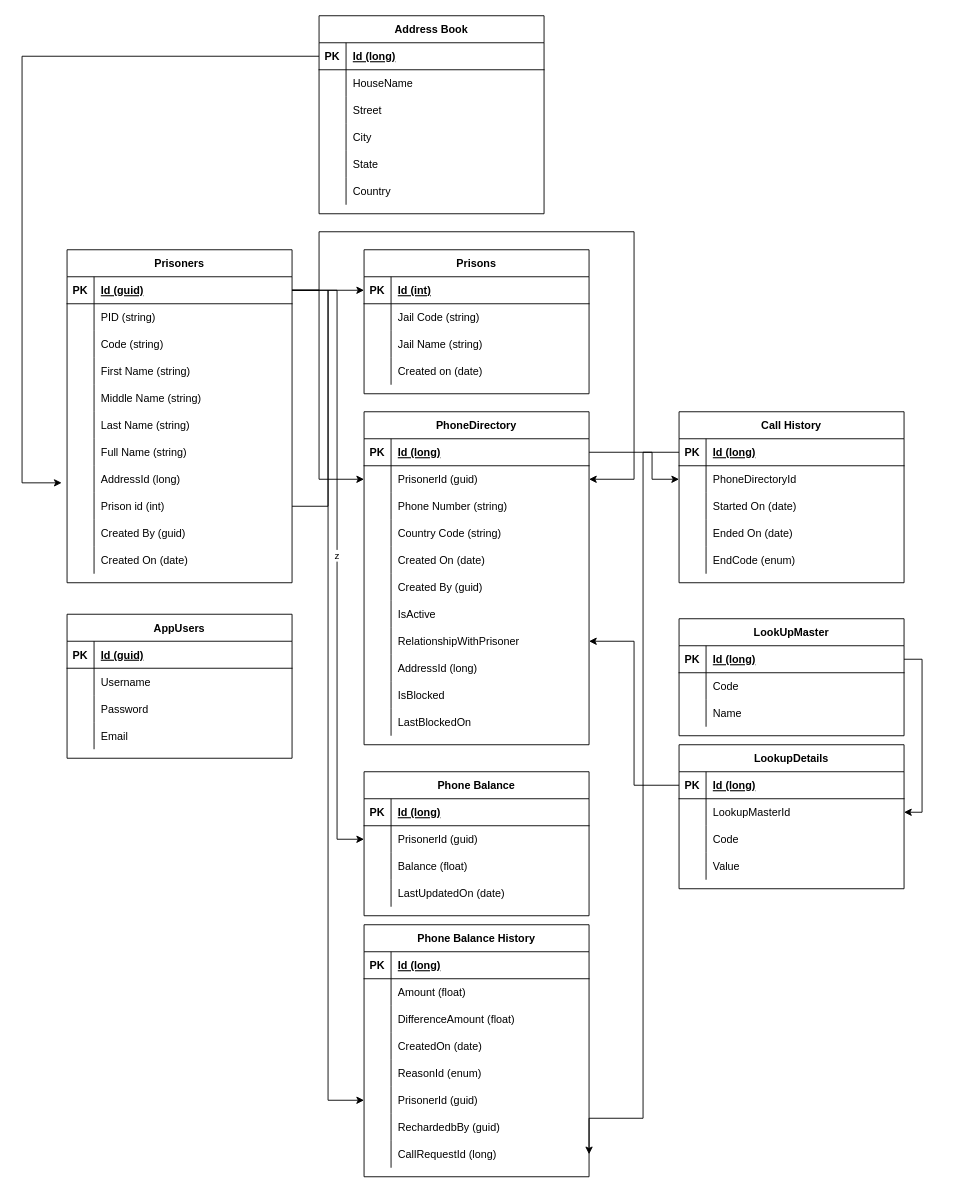
Earlier version of the draw.io diagram ER Diagram.drawio (nakulLukan/JailTalk). Source tidied: cells renumbered, new cells numbered last; positions are measured from the earlier drawing's top-left corner, leaving out a move shared by most shapes. Both pictures are drawn from the tidied source at 90%, with x=0, y=0 at pixel (22, 15).
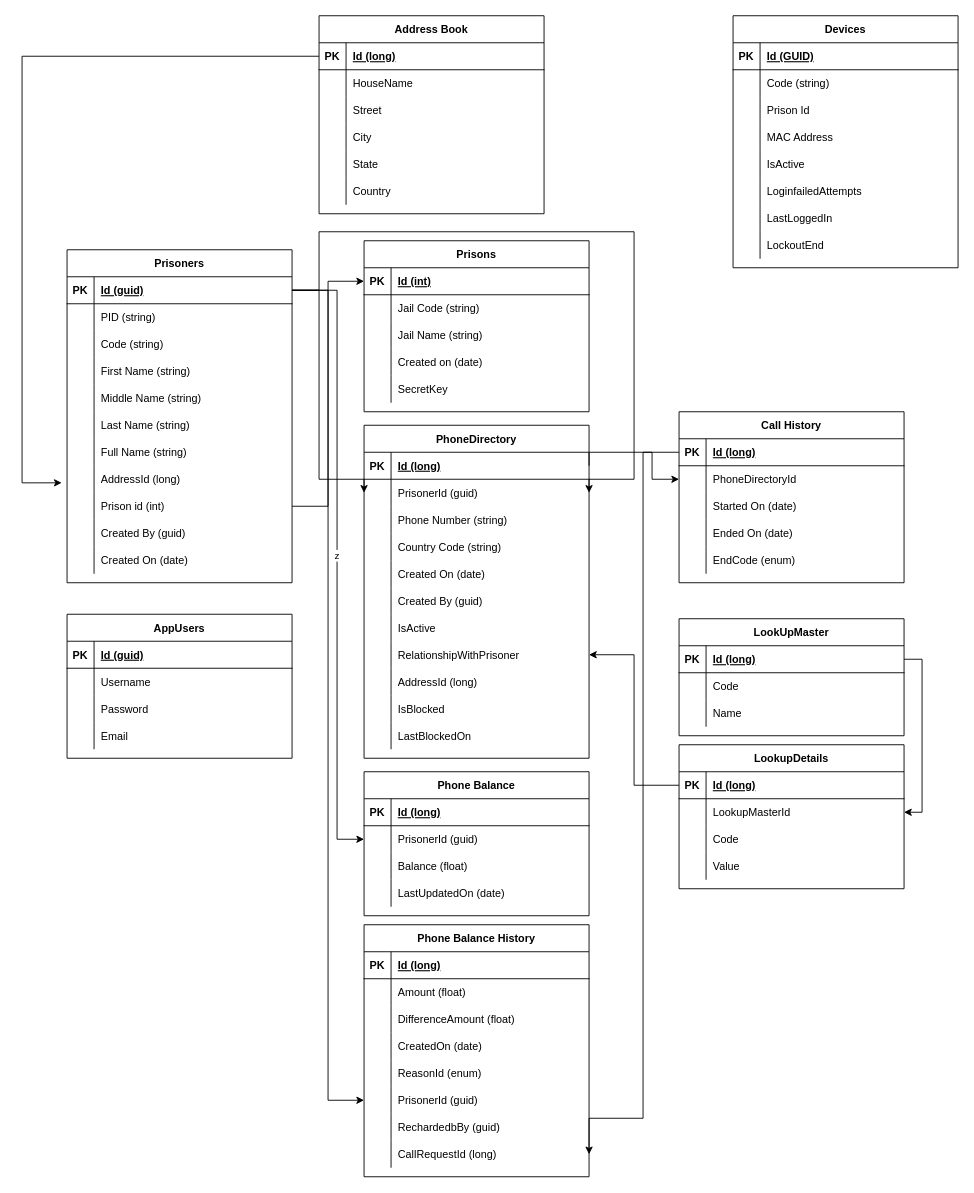
After the change.

The edit, as a diff of the source:
```diff
@@
     <mxCell id="2" value="Prisons" style="shape=table;startSize=30;childLayout=tableLayout;rowLines=0;fontStyle=1;align=center;" parent="1" vertex="1">
-      <mxGeometry x="380" y="260" width="250" height="160" as="geometry" />
+      <mxGeometry x="380" y="250" width="250" height="190" as="geometry" />
     </mxCell>
@@
+    <mxCell id="202" style="shape=partialRectangle;fillColor=none;top=0;left=0;right=0;bottom=0;" parent="2" vertex="1">
+      <mxGeometry y="150" width="250" height="30" as="geometry" />
+    </mxCell>
+    <mxCell id="203" style="shape=partialRectangle;overflow=hidden;fillColor=none;top=0;left=0;bottom=0;right=0;" parent="202" vertex="1">
+      <mxGeometry width="30" height="30" as="geometry" />
+    </mxCell>
+    <mxCell id="204" value="SecretKey" style="shape=partialRectangle;overflow=hidden;fillColor=none;top=0;left=0;bottom=0;right=0;align=left;spacingLeft=6;" parent="202" vertex="1">
+      <mxGeometry x="30" width="220" height="30" as="geometry" />
+    </mxCell>
@@
     <mxCell id="50" value="PhoneDirectory" style="shape=table;startSize=30;childLayout=tableLayout;rowLines=0;fontStyle=1;align=center;" parent="1" vertex="1">
-      <mxGeometry x="380" y="440" width="250" height="370" as="geometry" />
+      <mxGeometry x="380" y="455" width="250" height="370" as="geometry" />
     </mxCell>
@@
+    <mxCell id="205" value="Devices" style="shape=table;startSize=30;childLayout=tableLayout;rowLines=0;fontStyle=1;align=center;" parent="1" vertex="1">
+      <mxGeometry x="790" width="250" height="280" as="geometry" />
+    </mxCell>
+    <mxCell id="206" style="shape=partialRectangle;fillColor=none;top=0;left=0;right=0;bottom=1;" parent="205" vertex="1">
+      <mxGeometry y="30" width="250" height="30" as="geometry" />
+    </mxCell>
+    <mxCell id="207" value="PK" style="shape=partialRectangle;overflow=hidden;fillColor=none;top=0;left=0;bottom=0;right=0;fontStyle=1;" parent="206" vertex="1">
+      <mxGeometry width="30" height="30" as="geometry" />
+    </mxCell>
+    <mxCell id="208" value="Id (GUID)" style="shape=partialRectangle;overflow=hidden;fillColor=none;top=0;left=0;bottom=0;right=0;align=left;spacingLeft=6;fontStyle=5;" parent="206" vertex="1">
+      <mxGeometry x="30" width="220" height="30" as="geometry" />
+    </mxCell>
+    <mxCell id="209" style="shape=partialRectangle;fillColor=none;top=0;left=0;right=0;bottom=0;" parent="205" vertex="1">
+      <mxGeometry y="60" width="250" height="30" as="geometry" />
+    </mxCell>
+    <mxCell id="210" style="shape=partialRectangle;overflow=hidden;fillColor=none;top=0;left=0;bottom=0;right=0;" parent="209" vertex="1">
+      <mxGeometry width="30" height="30" as="geometry" />
+    </mxCell>
+    <mxCell id="211" value="Code (string)" style="shape=partialRectangle;overflow=hidden;fillColor=none;top=0;left=0;bottom=0;right=0;align=left;spacingLeft=6;" parent="209" vertex="1">
+      <mxGeometry x="30" width="220" height="30" as="geometry" />
+    </mxCell>
+    <mxCell id="212" style="shape=partialRectangle;fillColor=none;top=0;left=0;right=0;bottom=0;" parent="205" vertex="1">
+      <mxGeometry y="90" width="250" height="30" as="geometry" />
+    </mxCell>
+    <mxCell id="213" style="shape=partialRectangle;overflow=hidden;fillColor=none;top=0;left=0;bottom=0;right=0;" parent="212" vertex="1">
+      <mxGeometry width="30" height="30" as="geometry" />
+    </mxCell>
+    <mxCell id="214" value="Prison Id" style="shape=partialRectangle;overflow=hidden;fillColor=none;top=0;left=0;bottom=0;right=0;align=left;spacingLeft=6;" parent="212" vertex="1">
+      <mxGeometry x="30" width="220" height="30" as="geometry" />
+    </mxCell>
+    <mxCell id="215" style="shape=partialRectangle;fillColor=none;top=0;left=0;right=0;bottom=0;" parent="205" vertex="1">
+      <mxGeometry y="120" width="250" height="30" as="geometry" />
+    </mxCell>
+    <mxCell id="216" style="shape=partialRectangle;overflow=hidden;fillColor=none;top=0;left=0;bottom=0;right=0;" parent="215" vertex="1">
+      <mxGeometry width="30" height="30" as="geometry" />
+    </mxCell>
+    <mxCell id="217" value="MAC Address" style="shape=partialRectangle;overflow=hidden;fillColor=none;top=0;left=0;bottom=0;right=0;align=left;spacingLeft=6;" parent="215" vertex="1">
+      <mxGeometry x="30" width="220" height="30" as="geometry" />
+    </mxCell>
+    <mxCell id="218" style="shape=partialRectangle;fillColor=none;top=0;left=0;right=0;bottom=0;" parent="205" vertex="1">
+      <mxGeometry y="150" width="250" height="30" as="geometry" />
+    </mxCell>
+    <mxCell id="219" style="shape=partialRectangle;overflow=hidden;fillColor=none;top=0;left=0;bottom=0;right=0;" parent="218" vertex="1">
+      <mxGeometry width="30" height="30" as="geometry" />
+    </mxCell>
+    <mxCell id="220" value="IsActive" style="shape=partialRectangle;overflow=hidden;fillColor=none;top=0;left=0;bottom=0;right=0;align=left;spacingLeft=6;" parent="218" vertex="1">
+      <mxGeometry x="30" width="220" height="30" as="geometry" />
+    </mxCell>
+    <mxCell id="221" style="shape=partialRectangle;fillColor=none;top=0;left=0;right=0;bottom=0;" parent="205" vertex="1">
+      <mxGeometry y="180" width="250" height="30" as="geometry" />
+    </mxCell>
+    <mxCell id="222" style="shape=partialRectangle;overflow=hidden;fillColor=none;top=0;left=0;bottom=0;right=0;" parent="221" vertex="1">
+      <mxGeometry width="30" height="30" as="geometry" />
+    </mxCell>
+    <mxCell id="223" value="LoginfailedAttempts" style="shape=partialRectangle;overflow=hidden;fillColor=none;top=0;left=0;bottom=0;right=0;align=left;spacingLeft=6;" parent="221" vertex="1">
+      <mxGeometry x="30" width="220" height="30" as="geometry" />
+    </mxCell>
+    <mxCell id="224" style="shape=partialRectangle;fillColor=none;top=0;left=0;right=0;bottom=0;" parent="205" vertex="1">
+      <mxGeometry y="210" width="250" height="30" as="geometry" />
+    </mxCell>
+    <mxCell id="225" style="shape=partialRectangle;overflow=hidden;fillColor=none;top=0;left=0;bottom=0;right=0;" parent="224" vertex="1">
+      <mxGeometry width="30" height="30" as="geometry" />
+    </mxCell>
+    <mxCell id="226" value="LastLoggedIn" style="shape=partialRectangle;overflow=hidden;fillColor=none;top=0;left=0;bottom=0;right=0;align=left;spacingLeft=6;" parent="224" vertex="1">
+      <mxGeometry x="30" width="220" height="30" as="geometry" />
+    </mxCell>
+    <mxCell id="227" style="shape=partialRectangle;fillColor=none;top=0;left=0;right=0;bottom=0;" parent="205" vertex="1">
+      <mxGeometry y="240" width="250" height="30" as="geometry" />
+    </mxCell>
+    <mxCell id="228" style="shape=partialRectangle;overflow=hidden;fillColor=none;top=0;left=0;bottom=0;right=0;" parent="227" vertex="1">
+      <mxGeometry width="30" height="30" as="geometry" />
+    </mxCell>
+    <mxCell id="229" value="LockoutEnd" style="shape=partialRectangle;overflow=hidden;fillColor=none;top=0;left=0;bottom=0;right=0;align=left;spacingLeft=6;" parent="227" vertex="1">
+      <mxGeometry x="30" width="220" height="30" as="geometry" />
+    </mxCell>
```
